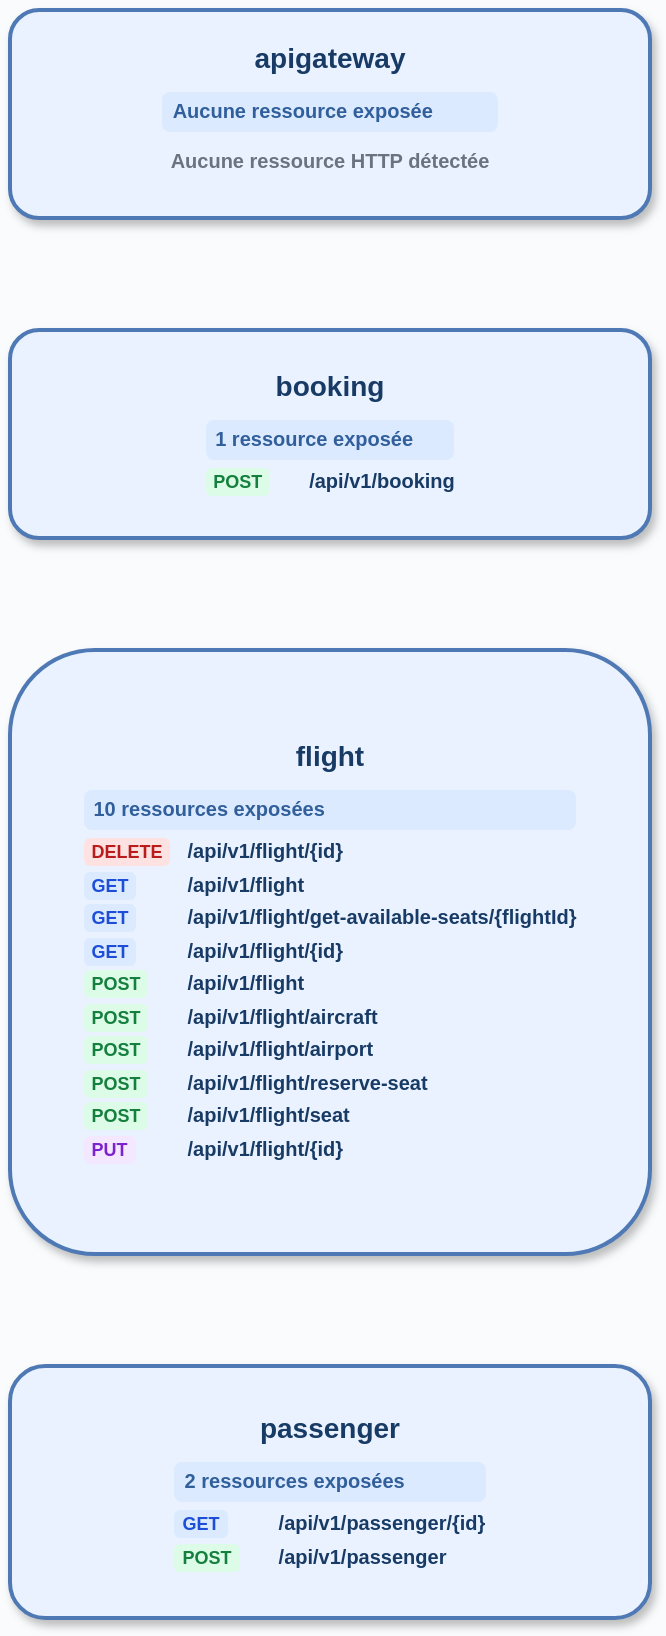
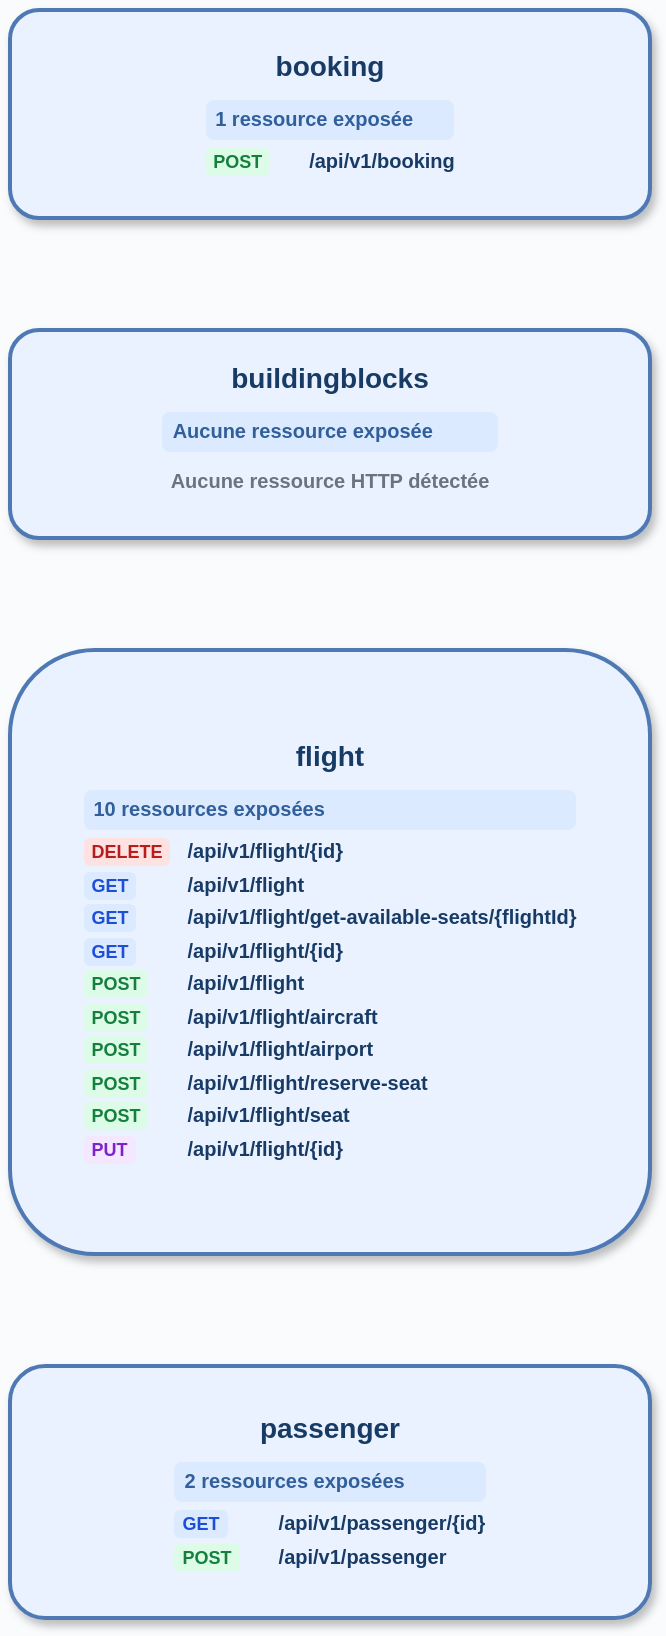
<?xml version="1.0" encoding="UTF-8"?>
<mxfile host="cccr">
  <diagram name="cccr graph" id="cccr-graph">
    <mxGraphModel dx="1200" dy="800" grid="1" gridSize="10" guides="1" tooltips="1" connect="1" arrows="1" fold="1" page="0" pageScale="1" pageWidth="1169" pageHeight="827" background="#fafbfc" math="0" shadow="0">
      <root>
        <mxCell id="0" />
        <mxCell id="1" parent="0" />
-         <mxCell id="node-0" value='&lt;div style="text-align:left;line-height:1.25;"&gt;&lt;div style="text-align:center;font-size:14px;color:#183b66;"&gt;&lt;b&gt;apigateway&lt;/b&gt;&lt;/div&gt;&lt;div style="margin-top:7px;padding:4px 5px;background-color:#dbeafe;color:#315f9b;font-size:10px;font-weight:bold;border-radius:4px;"&gt;Aucune ressource exposée&lt;/div&gt;&lt;table style="width:100%;margin-top:3px;font-size:10px;border-collapse:collapse;"&gt;&lt;tr&gt;&lt;td colspan="2" style="padding:6px 4px;color:#6b7280;"&gt;Aucune ressource HTTP détectée&lt;/td&gt;&lt;/tr&gt;&lt;/table&gt;&lt;/div&gt;' style="rounded=1;arcSize=14;whiteSpace=wrap;html=1;fillColor=#eaf2ff;strokeColor=#4f79b5;strokeWidth=2;fontColor=#183b66;fontSize=14;fontStyle=1;shadow=1;spacingLeft=12;spacingRight=12;" vertex="1" parent="1"><mxGeometry x="24" y="24" width="320" height="104" as="geometry" /></mxCell>
-         <mxCell id="node-1" value='&lt;div style="text-align:left;line-height:1.25;"&gt;&lt;div style="text-align:center;font-size:14px;color:#183b66;"&gt;&lt;b&gt;booking&lt;/b&gt;&lt;/div&gt;&lt;div style="margin-top:7px;padding:4px 5px;background-color:#dbeafe;color:#315f9b;font-size:10px;font-weight:bold;border-radius:4px;"&gt;1 ressource exposée&lt;/div&gt;&lt;table style="width:100%;margin-top:3px;font-size:10px;border-collapse:collapse;"&gt;&lt;tr&gt;&lt;td style="padding:2px 5px 2px 0;width:47px;"&gt;&lt;span style="background-color:#dcfce7;color:#15803d;font-weight:bold;font-size:9px;padding:2px 4px;border-radius:3px;"&gt;POST&lt;/span&gt;&lt;/td&gt;&lt;td style="padding:2px 0;color:#183b66;"&gt;/api/v1/booking&lt;/td&gt;&lt;/tr&gt;&lt;/table&gt;&lt;/div&gt;' style="rounded=1;arcSize=14;whiteSpace=wrap;html=1;fillColor=#eaf2ff;strokeColor=#4f79b5;strokeWidth=2;fontColor=#183b66;fontSize=14;fontStyle=1;shadow=1;spacingLeft=12;spacingRight=12;" vertex="1" parent="1"><mxGeometry x="24" y="184" width="320" height="104" as="geometry" /></mxCell>
+         <mxCell id="node-0" value='&lt;div style="text-align:left;line-height:1.25;"&gt;&lt;div style="text-align:center;font-size:14px;color:#183b66;"&gt;&lt;b&gt;booking&lt;/b&gt;&lt;/div&gt;&lt;div style="margin-top:7px;padding:4px 5px;background-color:#dbeafe;color:#315f9b;font-size:10px;font-weight:bold;border-radius:4px;"&gt;1 ressource exposée&lt;/div&gt;&lt;table style="width:100%;margin-top:3px;font-size:10px;border-collapse:collapse;"&gt;&lt;tr&gt;&lt;td style="padding:2px 5px 2px 0;width:47px;"&gt;&lt;span style="background-color:#dcfce7;color:#15803d;font-weight:bold;font-size:9px;padding:2px 4px;border-radius:3px;"&gt;POST&lt;/span&gt;&lt;/td&gt;&lt;td style="padding:2px 0;color:#183b66;"&gt;/api/v1/booking&lt;/td&gt;&lt;/tr&gt;&lt;/table&gt;&lt;/div&gt;' style="rounded=1;arcSize=14;whiteSpace=wrap;html=1;fillColor=#eaf2ff;strokeColor=#4f79b5;strokeWidth=2;fontColor=#183b66;fontSize=14;fontStyle=1;shadow=1;spacingLeft=12;spacingRight=12;" vertex="1" parent="1"><mxGeometry x="24" y="24" width="320" height="104" as="geometry" /></mxCell>
+         <mxCell id="node-1" value='&lt;div style="text-align:left;line-height:1.25;"&gt;&lt;div style="text-align:center;font-size:14px;color:#183b66;"&gt;&lt;b&gt;buildingblocks&lt;/b&gt;&lt;/div&gt;&lt;div style="margin-top:7px;padding:4px 5px;background-color:#dbeafe;color:#315f9b;font-size:10px;font-weight:bold;border-radius:4px;"&gt;Aucune ressource exposée&lt;/div&gt;&lt;table style="width:100%;margin-top:3px;font-size:10px;border-collapse:collapse;"&gt;&lt;tr&gt;&lt;td colspan="2" style="padding:6px 4px;color:#6b7280;"&gt;Aucune ressource HTTP détectée&lt;/td&gt;&lt;/tr&gt;&lt;/table&gt;&lt;/div&gt;' style="rounded=1;arcSize=14;whiteSpace=wrap;html=1;fillColor=#eaf2ff;strokeColor=#4f79b5;strokeWidth=2;fontColor=#183b66;fontSize=14;fontStyle=1;shadow=1;spacingLeft=12;spacingRight=12;" vertex="1" parent="1"><mxGeometry x="24" y="184" width="320" height="104" as="geometry" /></mxCell>
        <mxCell id="node-2" value='&lt;div style="text-align:left;line-height:1.25;"&gt;&lt;div style="text-align:center;font-size:14px;color:#183b66;"&gt;&lt;b&gt;flight&lt;/b&gt;&lt;/div&gt;&lt;div style="margin-top:7px;padding:4px 5px;background-color:#dbeafe;color:#315f9b;font-size:10px;font-weight:bold;border-radius:4px;"&gt;10 ressources exposées&lt;/div&gt;&lt;table style="width:100%;margin-top:3px;font-size:10px;border-collapse:collapse;"&gt;&lt;tr&gt;&lt;td style="padding:2px 5px 2px 0;width:47px;"&gt;&lt;span style="background-color:#fee2e2;color:#b91c1c;font-weight:bold;font-size:9px;padding:2px 4px;border-radius:3px;"&gt;DELETE&lt;/span&gt;&lt;/td&gt;&lt;td style="padding:2px 0;color:#183b66;"&gt;/api/v1/flight/{id}&lt;/td&gt;&lt;/tr&gt;&lt;tr&gt;&lt;td style="padding:2px 5px 2px 0;width:47px;"&gt;&lt;span style="background-color:#dbeafe;color:#1d4ed8;font-weight:bold;font-size:9px;padding:2px 4px;border-radius:3px;"&gt;GET&lt;/span&gt;&lt;/td&gt;&lt;td style="padding:2px 0;color:#183b66;"&gt;/api/v1/flight&lt;/td&gt;&lt;/tr&gt;&lt;tr&gt;&lt;td style="padding:2px 5px 2px 0;width:47px;"&gt;&lt;span style="background-color:#dbeafe;color:#1d4ed8;font-weight:bold;font-size:9px;padding:2px 4px;border-radius:3px;"&gt;GET&lt;/span&gt;&lt;/td&gt;&lt;td style="padding:2px 0;color:#183b66;"&gt;/api/v1/flight/get-available-seats/{flightId}&lt;/td&gt;&lt;/tr&gt;&lt;tr&gt;&lt;td style="padding:2px 5px 2px 0;width:47px;"&gt;&lt;span style="background-color:#dbeafe;color:#1d4ed8;font-weight:bold;font-size:9px;padding:2px 4px;border-radius:3px;"&gt;GET&lt;/span&gt;&lt;/td&gt;&lt;td style="padding:2px 0;color:#183b66;"&gt;/api/v1/flight/{id}&lt;/td&gt;&lt;/tr&gt;&lt;tr&gt;&lt;td style="padding:2px 5px 2px 0;width:47px;"&gt;&lt;span style="background-color:#dcfce7;color:#15803d;font-weight:bold;font-size:9px;padding:2px 4px;border-radius:3px;"&gt;POST&lt;/span&gt;&lt;/td&gt;&lt;td style="padding:2px 0;color:#183b66;"&gt;/api/v1/flight&lt;/td&gt;&lt;/tr&gt;&lt;tr&gt;&lt;td style="padding:2px 5px 2px 0;width:47px;"&gt;&lt;span style="background-color:#dcfce7;color:#15803d;font-weight:bold;font-size:9px;padding:2px 4px;border-radius:3px;"&gt;POST&lt;/span&gt;&lt;/td&gt;&lt;td style="padding:2px 0;color:#183b66;"&gt;/api/v1/flight/aircraft&lt;/td&gt;&lt;/tr&gt;&lt;tr&gt;&lt;td style="padding:2px 5px 2px 0;width:47px;"&gt;&lt;span style="background-color:#dcfce7;color:#15803d;font-weight:bold;font-size:9px;padding:2px 4px;border-radius:3px;"&gt;POST&lt;/span&gt;&lt;/td&gt;&lt;td style="padding:2px 0;color:#183b66;"&gt;/api/v1/flight/airport&lt;/td&gt;&lt;/tr&gt;&lt;tr&gt;&lt;td style="padding:2px 5px 2px 0;width:47px;"&gt;&lt;span style="background-color:#dcfce7;color:#15803d;font-weight:bold;font-size:9px;padding:2px 4px;border-radius:3px;"&gt;POST&lt;/span&gt;&lt;/td&gt;&lt;td style="padding:2px 0;color:#183b66;"&gt;/api/v1/flight/reserve-seat&lt;/td&gt;&lt;/tr&gt;&lt;tr&gt;&lt;td style="padding:2px 5px 2px 0;width:47px;"&gt;&lt;span style="background-color:#dcfce7;color:#15803d;font-weight:bold;font-size:9px;padding:2px 4px;border-radius:3px;"&gt;POST&lt;/span&gt;&lt;/td&gt;&lt;td style="padding:2px 0;color:#183b66;"&gt;/api/v1/flight/seat&lt;/td&gt;&lt;/tr&gt;&lt;tr&gt;&lt;td style="padding:2px 5px 2px 0;width:47px;"&gt;&lt;span style="background-color:#f3e8ff;color:#7e22ce;font-weight:bold;font-size:9px;padding:2px 4px;border-radius:3px;"&gt;PUT&lt;/span&gt;&lt;/td&gt;&lt;td style="padding:2px 0;color:#183b66;"&gt;/api/v1/flight/{id}&lt;/td&gt;&lt;/tr&gt;&lt;/table&gt;&lt;/div&gt;' style="rounded=1;arcSize=14;whiteSpace=wrap;html=1;fillColor=#eaf2ff;strokeColor=#4f79b5;strokeWidth=2;fontColor=#183b66;fontSize=14;fontStyle=1;shadow=1;spacingLeft=12;spacingRight=12;" vertex="1" parent="1"><mxGeometry x="24" y="344" width="320" height="302" as="geometry" /></mxCell>
        <mxCell id="node-3" value='&lt;div style="text-align:left;line-height:1.25;"&gt;&lt;div style="text-align:center;font-size:14px;color:#183b66;"&gt;&lt;b&gt;passenger&lt;/b&gt;&lt;/div&gt;&lt;div style="margin-top:7px;padding:4px 5px;background-color:#dbeafe;color:#315f9b;font-size:10px;font-weight:bold;border-radius:4px;"&gt;2 ressources exposées&lt;/div&gt;&lt;table style="width:100%;margin-top:3px;font-size:10px;border-collapse:collapse;"&gt;&lt;tr&gt;&lt;td style="padding:2px 5px 2px 0;width:47px;"&gt;&lt;span style="background-color:#dbeafe;color:#1d4ed8;font-weight:bold;font-size:9px;padding:2px 4px;border-radius:3px;"&gt;GET&lt;/span&gt;&lt;/td&gt;&lt;td style="padding:2px 0;color:#183b66;"&gt;/api/v1/passenger/{id}&lt;/td&gt;&lt;/tr&gt;&lt;tr&gt;&lt;td style="padding:2px 5px 2px 0;width:47px;"&gt;&lt;span style="background-color:#dcfce7;color:#15803d;font-weight:bold;font-size:9px;padding:2px 4px;border-radius:3px;"&gt;POST&lt;/span&gt;&lt;/td&gt;&lt;td style="padding:2px 0;color:#183b66;"&gt;/api/v1/passenger&lt;/td&gt;&lt;/tr&gt;&lt;/table&gt;&lt;/div&gt;' style="rounded=1;arcSize=14;whiteSpace=wrap;html=1;fillColor=#eaf2ff;strokeColor=#4f79b5;strokeWidth=2;fontColor=#183b66;fontSize=14;fontStyle=1;shadow=1;spacingLeft=12;spacingRight=12;" vertex="1" parent="1"><mxGeometry x="24" y="702" width="320" height="126" as="geometry" /></mxCell>
      </root>
    </mxGraphModel>
  </diagram>
</mxfile>
